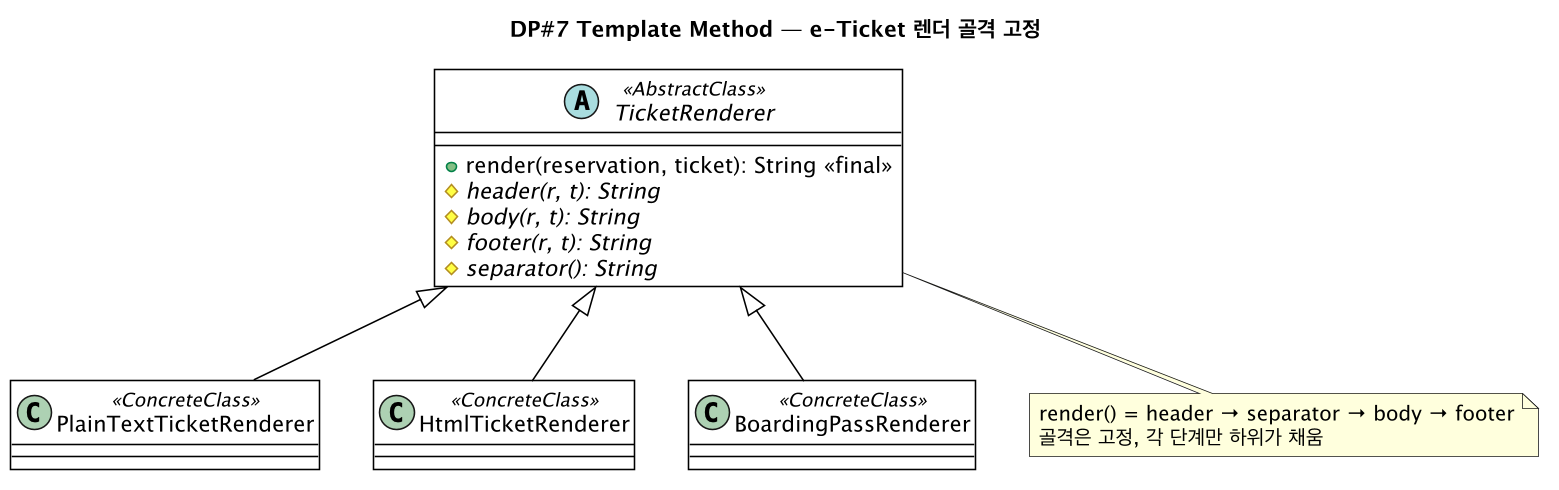
gimjungwook/KoreanAirReservationDomain keeps this PlantUML diagram as docs/diagrams/iter4-puml/dp7-template-method.png. Above is the earlier version.
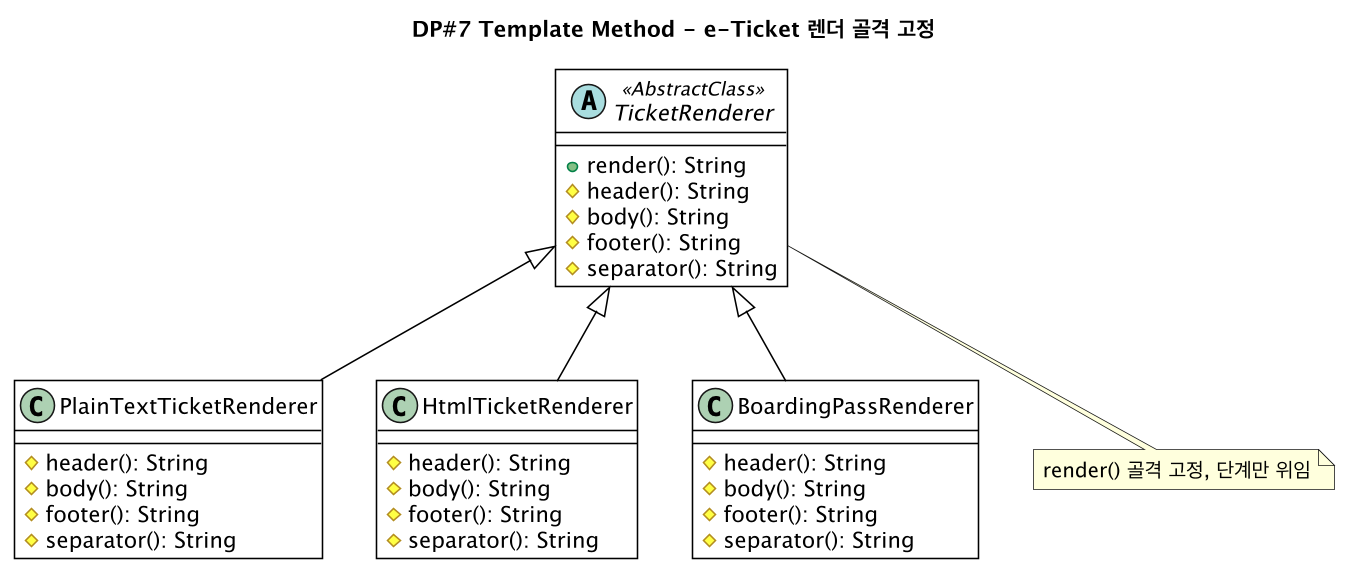
Later version of the same file.

The edit, as a diff of the source:
```diff
@@ -1,20 +1,33 @@
 @startuml dp7-template-method
 !include _style.puml
-title DP#7 Template Method — e-Ticket 렌더 골격 고정
-
+title DP#7 Template Method - e-Ticket 렌더 골격 고정
 abstract class TicketRenderer <<AbstractClass>> {
-  +render(reservation, ticket): String <<final>>
-  #{abstract} header(r, t): String
-  #{abstract} body(r, t): String
-  #{abstract} footer(r, t): String
-  #{abstract} separator(): String
+  +render(): String
+  #header(): String
+  #body(): String
+  #footer(): String
+  #separator(): String
 }
-class PlainTextTicketRenderer <<ConcreteClass>>
-class HtmlTicketRenderer <<ConcreteClass>>
-class BoardingPassRenderer <<ConcreteClass>>
-
+class PlainTextTicketRenderer {
+  #header(): String
+  #body(): String
+  #footer(): String
+  #separator(): String
+}
+class HtmlTicketRenderer {
+  #header(): String
+  #body(): String
+  #footer(): String
+  #separator(): String
+}
+class BoardingPassRenderer {
+  #header(): String
+  #body(): String
+  #footer(): String
+  #separator(): String
+}
 TicketRenderer <|-- PlainTextTicketRenderer
 TicketRenderer <|-- HtmlTicketRenderer
 TicketRenderer <|-- BoardingPassRenderer
-note bottom of TicketRenderer : render() = header → separator → body → footer\n골격은 고정, 각 단계만 하위가 채움
+note bottom of TicketRenderer : render() 골격 고정, 단계만 위임
 @enduml
```
